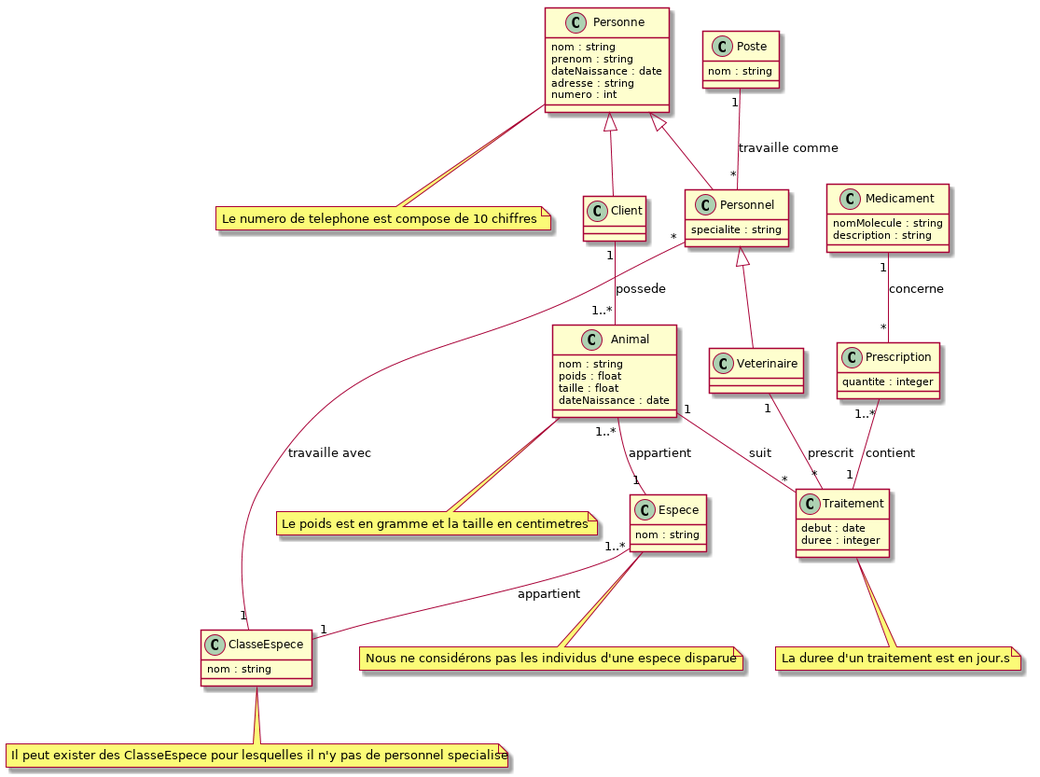
The PlantUML diagram clinique_uml_v1.png in giacat-tran0198/PHP_Veterinary_Clinic, before a commit.
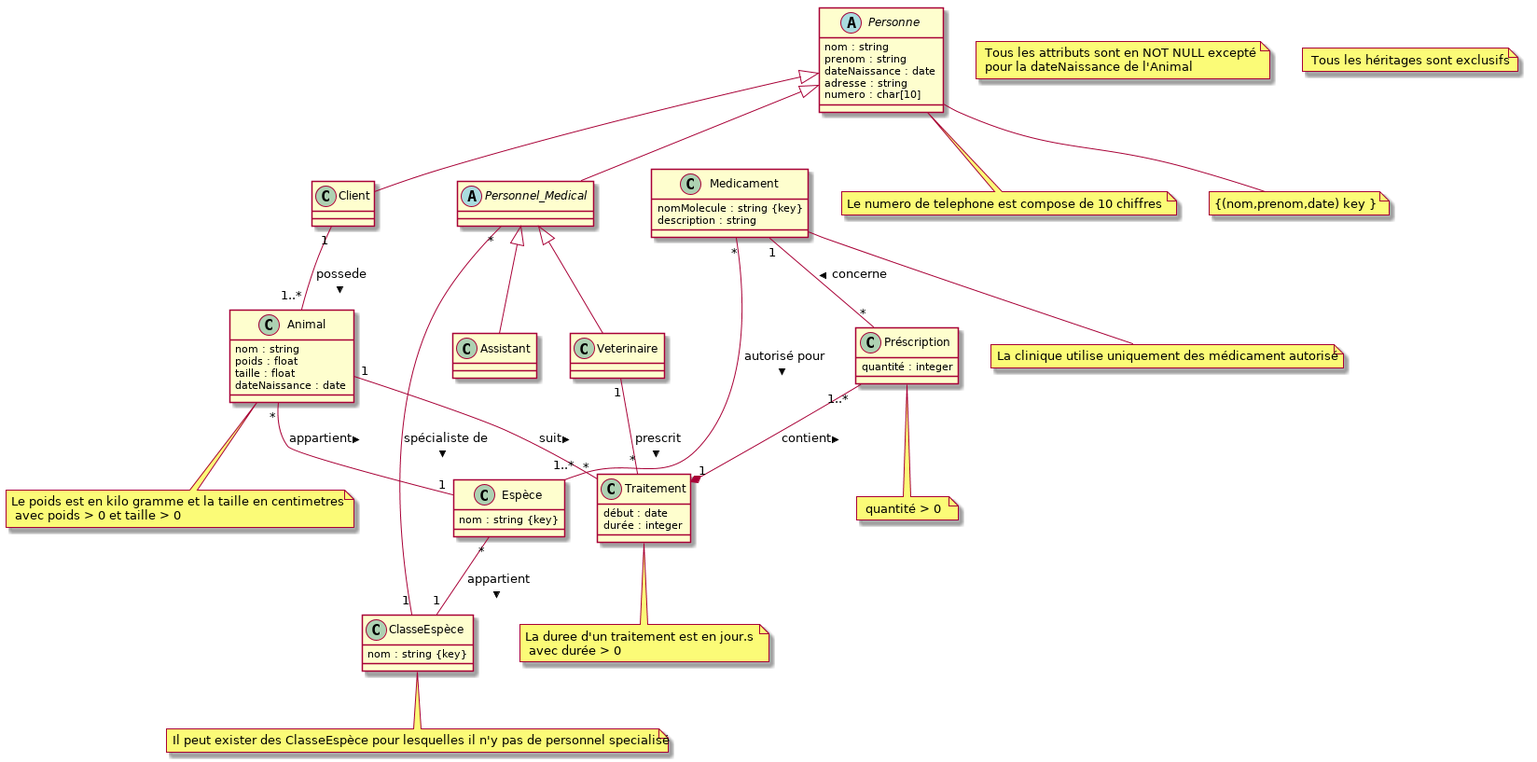
The same diagram one commit later.

Commit message:
modif en groupe de l'UML

Change to the diagram source:
```diff
@@ -4,24 +4,25 @@
     prenom : string
     dateNaissance : date
     adresse : string
-    numero : int
+    numero : char[10]
 }
 
 class Client {
 
 }
 
-class Personnel {
-    specialite : string
+class Personnel_Medical  {
+
 }
 
-class Poste {
-    nom : string
+class Veterinaire{
+
 }
 
-class Veterinaire {
+class Assistant {
 
 }
+
 
 class Animal {
     nom : string
@@ -30,58 +31,70 @@
     dateNaissance : date
 }
 
-class Espece {
-    nom : string
+class Espèce {
+    nom : string {key}
 }
 
-class ClasseEspece {
-    nom : string
+class ClasseEspèce {
+    nom : string {key}
 }
 
 
 
 class Traitement {
-    debut : date
-    duree : integer
+    début : date
+    durée : integer
 }
 
-class Prescription {
-    quantite : integer
+class Préscription {
+    quantité : integer
 }
 
 class Medicament {
-    nomMolecule : string
+    nomMolecule : string {key}
     description : string
 }
 
 
+abstract class Personnel_Medical
+abstract class Personne
+
+Veterinaire "1" -- "*" Traitement : prescrit  >
+Client "1" -- "1..*" Animal : possede  >
+Animal "1" -- "*" Traitement : suit >
+Medicament "1" -- "*" Préscription : concerne  <
+Préscription "1..*" --* "1" Traitement : contient <
+Animal "*" -- "1" Espèce : appartient >
+Espèce "*" -- "1" ClasseEspèce : appartient >
+Personnel_Medical "*" -- "1" ClasseEspèce : spécialiste de  >
+Medicament "*" -- "1..*" Espèce : autorisé pour >
 
 
-Poste "1" -- "*" Personnel : travaille comme
-Veterinaire "1" -- "*" Traitement : prescrit
-Client "1" -- "1..*" Animal : possede
-Animal "1" -- "*" Traitement : suit
-Medicament "1" -- "*" Prescription : concerne
-Prescription "1..*" -- "1" Traitement : contient
-Animal "1..*" -- "1" Espece : appartient
-Espece "1..*" -- "1" ClasseEspece : appartient
-Personnel "*" -- "1" ClasseEspece : travaille avec
-
-
-Personne  <|-- Client
-Personne  <|-- Personnel
-Personnel <|-- Veterinaire
+Personne            <|-- Client
+Personne            <|-- Personnel_Medical
+Personnel_Medical   <|-- Veterinaire
+Personnel_Medical   <|-- Assistant
 
 
 note "Le numero de telephone est compose de 10 chiffres " as N1
-note "Le poids est en gramme et la taille en centimetres" as N2
-note "La duree d'un traitement est en jour.s" as N3
-note "Nous ne considérons pas les individus d'une espece disparue" as N4
-note "Il peut exister des ClasseEspece pour lesquelles il n'y pas de personnel specialise" as N5
+note "Le poids est en kilo gramme et la taille en centimetres \n avec poids > 0 et taille > 0" as N2
+note "La duree d'un traitement est en jour.s \n avec durée > 0" as N3
+note "Il peut exister des ClasseEspèce pour lesquelles il n'y pas de personnel specialisé" as N5
+note "La clinique utilise uniquement des médicament autorisé" as N6
+note  "{(nom,prenom,date) key }" as N7
+note " quantité > 0 " as N8
+
+note " Tous les attributs sont en NOT NULL excepté \n pour la dateNaissance de l'Animal " as N9
+note " Tous les héritages sont exclusifs" as N10
+
 Personne -- N1
 Animal -- N2
 Traitement -- N3
-Espece -- N4
-ClasseEspece -- N5
+ClasseEspèce -- N5
+Medicament -- N6
+Personne -- N7
+Préscription -- N8
+
+
 
 @enduml
```
